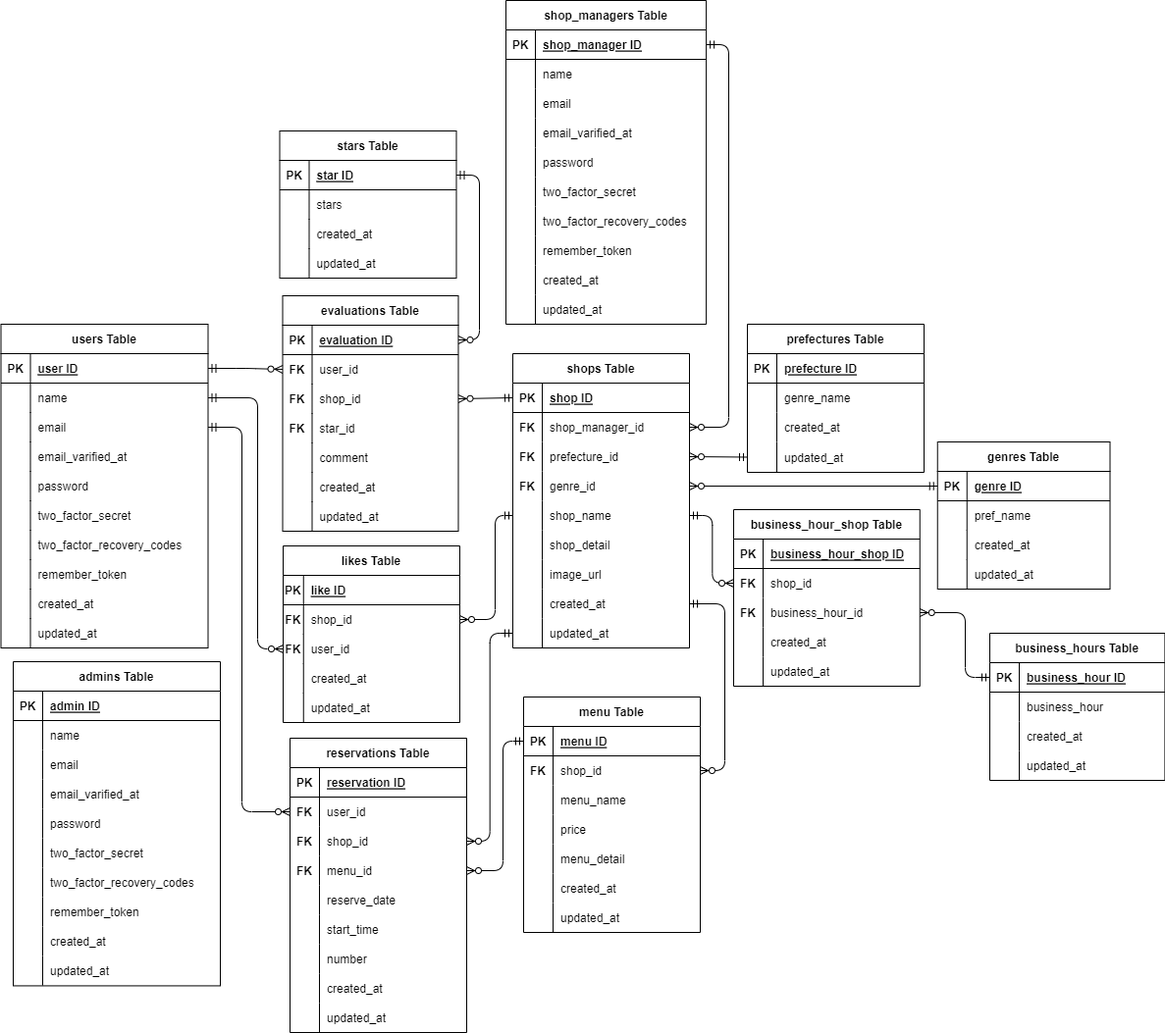
This is project-rese.drawio.png from magmag6240/project-rese, a draw.io export, as it was before one commit. Source tidied: cells renumbered, new cells last; positions are measured from the earlier drawing's top-left corner, leaving out a move shared by most shapes.
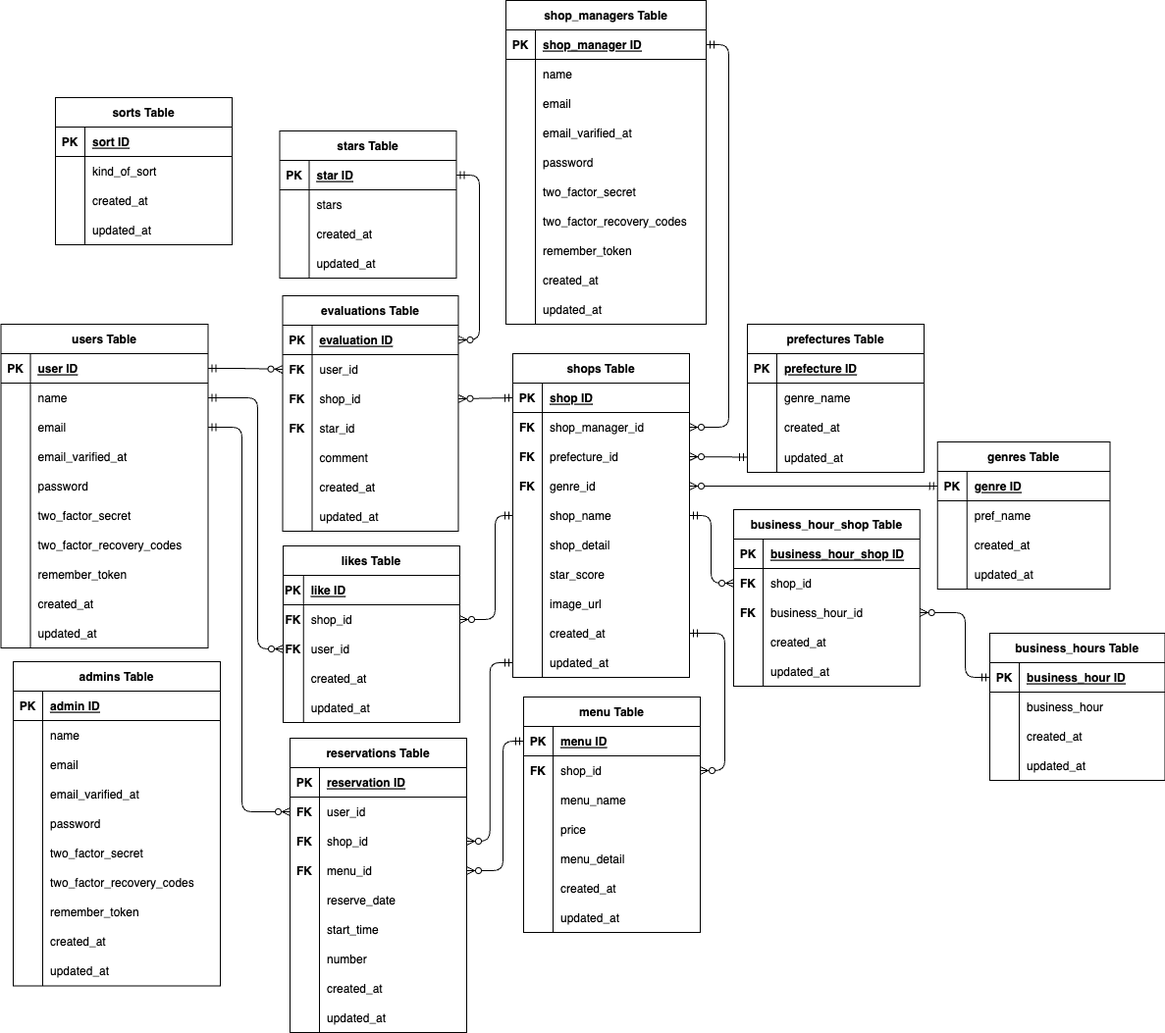
The same file after the commit.

The edit, as a diff of the source:
```diff
@@ -174,7 +174,7 @@
       <mxGeometry x="30" width="148.4" height="30" as="geometry" />
     </mxCell>
     <mxCell id="59" value="shops Table" style="shape=table;startSize=30;rowLines=0;fontStyle=1;align=center;" parent="1" vertex="1">
-      <mxGeometry x="521" y="360" width="180" height="300" as="geometry" />
+      <mxGeometry x="521" y="360" width="180" height="330" as="geometry" />
     </mxCell>
     <mxCell id="60" style="shape=tableRow;horizontal=0;startSize=0;swimlaneHead=0;swimlaneBody=0;fillColor=none;points=[[0,0.5],[1,0.5]];portConstraint=eastwest;top=0;left=0;right=0;bottom=1;" parent="59" vertex="1">
       <mxGeometry y="30" width="180" height="30" as="geometry" />
@@ -230,8 +230,17 @@
     <mxCell id="77" value="shop_detail" style="shape=partialRectangle;fillColor=none;top=0;left=0;bottom=0;right=0;align=left;spacingLeft=6;overflow=hidden;" parent="75" vertex="1">
       <mxGeometry x="30" width="150" height="30" as="geometry" />
     </mxCell>
+    <mxCell id="293" style="shape=tableRow;horizontal=0;startSize=0;swimlaneHead=0;swimlaneBody=0;fillColor=none;top=0;left=0;right=0;bottom=0;" parent="59" vertex="1">
+      <mxGeometry y="210" width="180" height="30" as="geometry" />
+    </mxCell>
+    <mxCell id="294" style="shape=partialRectangle;fillColor=none;top=0;left=0;bottom=0;right=0;overflow=hidden;" parent="293" vertex="1">
+      <mxGeometry width="30" height="30" as="geometry" />
+    </mxCell>
+    <mxCell id="295" value="star_score" style="shape=partialRectangle;fillColor=none;top=0;left=0;bottom=0;right=0;align=left;spacingLeft=6;overflow=hidden;" parent="293" vertex="1">
+      <mxGeometry x="30" width="150" height="30" as="geometry" />
+    </mxCell>
     <mxCell id="78" style="shape=tableRow;horizontal=0;startSize=0;swimlaneHead=0;swimlaneBody=0;fillColor=none;top=0;left=0;right=0;bottom=0;" parent="59" vertex="1">
-      <mxGeometry y="210" width="180" height="30" as="geometry" />
+      <mxGeometry y="240" width="180" height="30" as="geometry" />
     </mxCell>
     <mxCell id="79" style="shape=partialRectangle;fillColor=none;top=0;left=0;bottom=0;right=0;overflow=hidden;" parent="78" vertex="1">
       <mxGeometry width="30" height="30" as="geometry" />
@@ -240,7 +249,7 @@
       <mxGeometry x="30" width="150" height="30" as="geometry" />
     </mxCell>
     <mxCell id="81" style="shape=tableRow;horizontal=0;startSize=0;swimlaneHead=0;swimlaneBody=0;fillColor=none;points=[[0,0.5],[1,0.5]];portConstraint=eastwest;top=0;left=0;right=0;bottom=0;" parent="59" vertex="1">
-      <mxGeometry y="240" width="180" height="30" as="geometry" />
+      <mxGeometry y="270" width="180" height="30" as="geometry" />
     </mxCell>
     <mxCell id="82" style="shape=partialRectangle;fillColor=none;top=0;left=0;bottom=0;right=0;overflow=hidden;" parent="81" vertex="1">
       <mxGeometry width="30" height="30" as="geometry" />
@@ -249,7 +258,7 @@
       <mxGeometry x="30" width="150" height="30" as="geometry" />
     </mxCell>
     <mxCell id="84" style="shape=tableRow;horizontal=0;startSize=0;swimlaneHead=0;swimlaneBody=0;fillColor=none;points=[[0,0.5],[1,0.5]];portConstraint=eastwest;top=0;left=0;right=0;bottom=0;" parent="59" vertex="1">
-      <mxGeometry y="270" width="180" height="30" as="geometry" />
+      <mxGeometry y="300" width="180" height="30" as="geometry" />
     </mxCell>
     <mxCell id="85" style="shape=partialRectangle;fillColor=none;top=0;left=0;bottom=0;right=0;overflow=hidden;" parent="84" vertex="1">
       <mxGeometry width="30" height="30" as="geometry" />
@@ -907,5 +916,44 @@
     <mxCell id="292" style="fontSize=12;html=1;endArrow=ERzeroToMany;startArrow=ERmandOne;entryX=1;entryY=0.5;entryDx=0;entryDy=0;exitX=0;exitY=0.5;exitDx=0;exitDy=0;" parent="1" edge="1" source="60" target="114">
       <mxGeometry relative="1" as="geometry" />
     </mxCell>
+    <mxCell id="296" value="sorts Table" style="shape=table;startSize=30;rowLines=0;fontStyle=1;align=center;" parent="1" vertex="1">
+      <mxGeometry x="55" y="99" width="180" height="150" as="geometry" />
+    </mxCell>
+    <mxCell id="297" style="shape=tableRow;horizontal=0;startSize=0;swimlaneHead=0;swimlaneBody=0;fillColor=none;top=0;left=0;right=0;bottom=1;" parent="296" vertex="1">
+      <mxGeometry y="30" width="180" height="30" as="geometry" />
+    </mxCell>
+    <mxCell id="298" value="PK" style="shape=partialRectangle;fillColor=none;top=0;left=0;bottom=0;right=0;fontStyle=1;overflow=hidden;" parent="297" vertex="1">
+      <mxGeometry width="30" height="30" as="geometry" />
+    </mxCell>
+    <mxCell id="299" value="sort ID" style="shape=partialRectangle;fillColor=none;top=0;left=0;bottom=0;right=0;align=left;spacingLeft=6;fontStyle=5;overflow=hidden;" parent="297" vertex="1">
+      <mxGeometry x="30" width="150" height="30" as="geometry" />
+    </mxCell>
+    <mxCell id="300" style="shape=tableRow;horizontal=0;startSize=0;swimlaneHead=0;swimlaneBody=0;fillColor=none;top=0;left=0;right=0;bottom=0;" parent="296" vertex="1">
+      <mxGeometry y="60" width="180" height="30" as="geometry" />
+    </mxCell>
+    <mxCell id="301" style="shape=partialRectangle;fillColor=none;top=0;left=0;bottom=0;right=0;overflow=hidden;" parent="300" vertex="1">
+      <mxGeometry width="30" height="30" as="geometry" />
+    </mxCell>
+    <mxCell id="302" value="kind_of_sort" style="shape=partialRectangle;fillColor=none;top=0;left=0;bottom=0;right=0;align=left;spacingLeft=6;overflow=hidden;" parent="300" vertex="1">
+      <mxGeometry x="30" width="150" height="30" as="geometry" />
+    </mxCell>
+    <mxCell id="303" style="shape=tableRow;horizontal=0;startSize=0;swimlaneHead=0;swimlaneBody=0;fillColor=none;top=0;left=0;right=0;bottom=0;" parent="296" vertex="1">
+      <mxGeometry y="90" width="180" height="30" as="geometry" />
+    </mxCell>
+    <mxCell id="304" style="shape=partialRectangle;fillColor=none;top=0;left=0;bottom=0;right=0;overflow=hidden;" parent="303" vertex="1">
+      <mxGeometry width="30" height="30" as="geometry" />
+    </mxCell>
+    <mxCell id="305" value="created_at" style="shape=partialRectangle;fillColor=none;top=0;left=0;bottom=0;right=0;align=left;spacingLeft=6;overflow=hidden;" parent="303" vertex="1">
+      <mxGeometry x="30" width="150" height="30" as="geometry" />
+    </mxCell>
+    <mxCell id="306" style="shape=tableRow;horizontal=0;startSize=0;swimlaneHead=0;swimlaneBody=0;fillColor=none;top=0;left=0;right=0;bottom=0;" parent="296" vertex="1">
+      <mxGeometry y="120" width="180" height="30" as="geometry" />
+    </mxCell>
+    <mxCell id="307" style="shape=partialRectangle;fillColor=none;top=0;left=0;bottom=0;right=0;overflow=hidden;" parent="306" vertex="1">
+      <mxGeometry width="30" height="30" as="geometry" />
+    </mxCell>
+    <mxCell id="308" value="updated_at" style="shape=partialRectangle;fillColor=none;top=0;left=0;bottom=0;right=0;align=left;spacingLeft=6;overflow=hidden;" parent="306" vertex="1">
+      <mxGeometry x="30" width="150" height="30" as="geometry" />
+    </mxCell>
   </root>
 </mxGraphModel>
```
